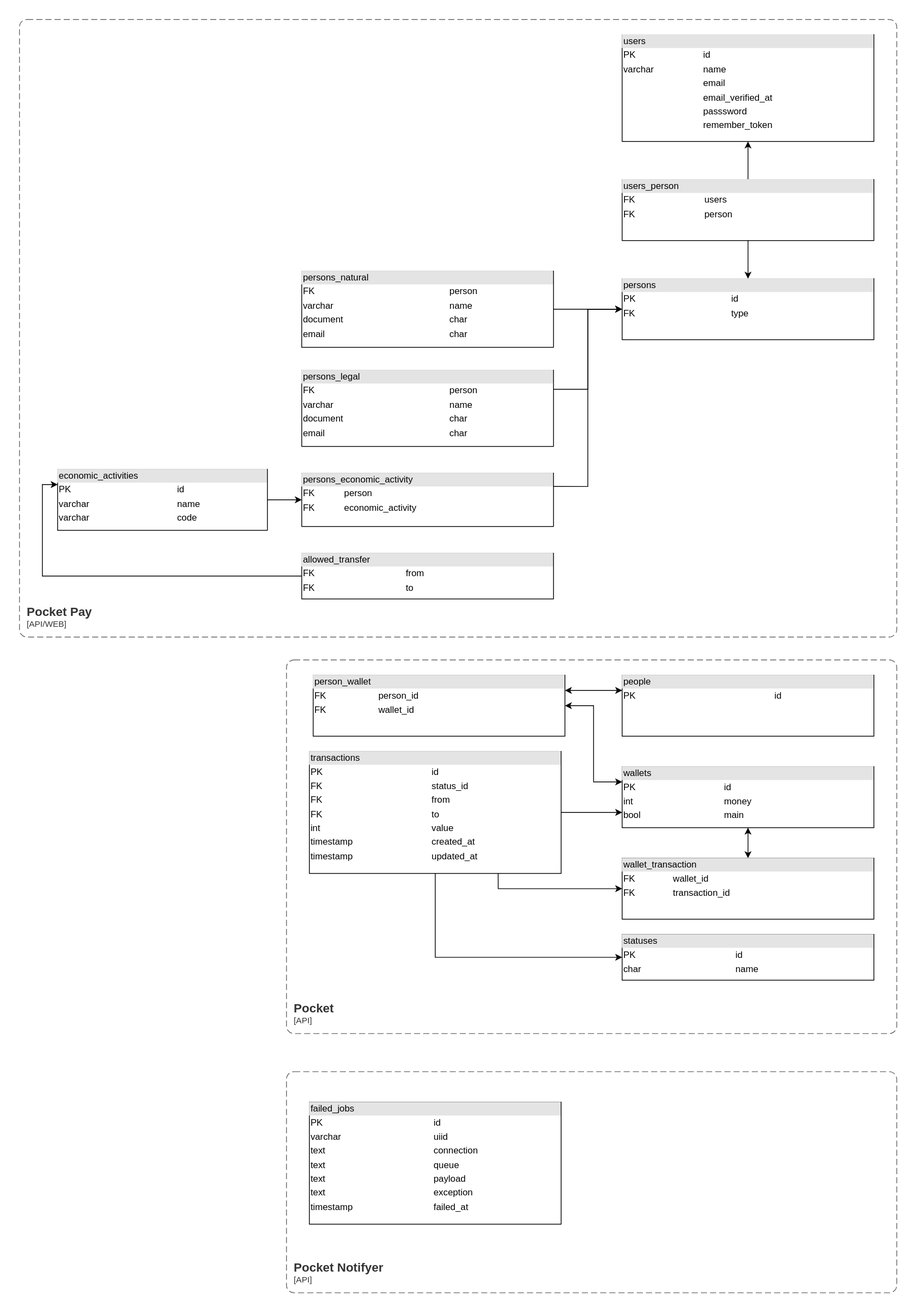
Above: doc/database.svg in vakaman/pocketpay (draw.io), before the change. Source tidied: cells renumbered, new cells last; positions are measured from the earlier drawing's top-left corner, leaving out a move shared by most shapes.
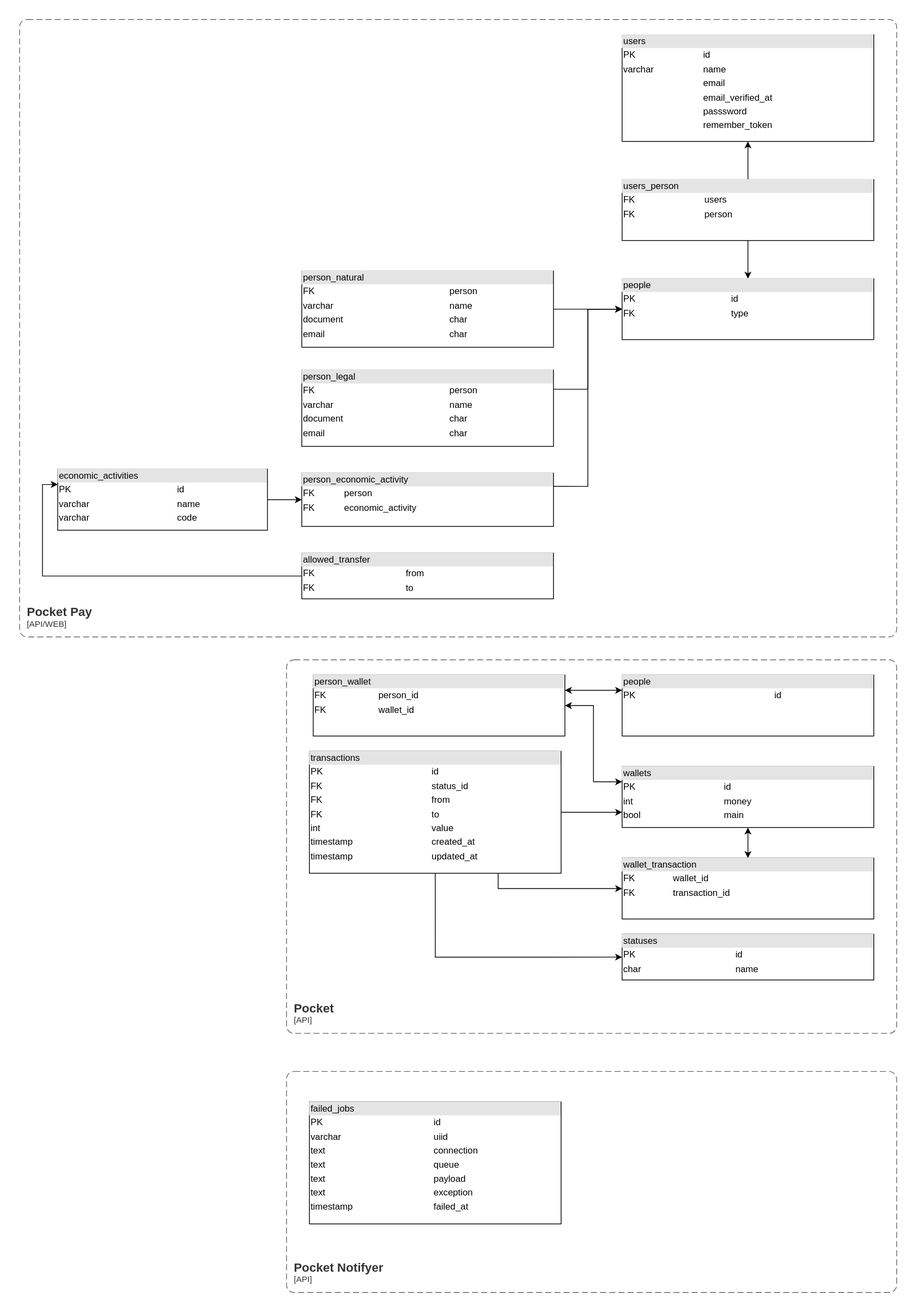
Above is the later version.

Commit message:
refact: update database doc

Change to the diagram source:
```diff
@@ -31,13 +31,13 @@
     <mxCell id="9" value="&lt;div style=&quot;box-sizing:border-box;width:100%;background:#e4e4e4;padding:2px;&quot;&gt;wallets&lt;/div&gt;&lt;table style=&quot;width:100%;font-size:1em;&quot; cellpadding=&quot;2&quot; cellspacing=&quot;0&quot;&gt;&lt;tbody&gt;&lt;tr&gt;&lt;td&gt;PK&lt;/td&gt;&lt;td&gt;id&lt;br&gt;&lt;/td&gt;&lt;/tr&gt;&lt;tr&gt;&lt;td&gt;int&lt;/td&gt;&lt;td&gt;money&lt;/td&gt;&lt;/tr&gt;&lt;tr&gt;&lt;td&gt;bool&lt;/td&gt;&lt;td&gt;main&lt;/td&gt;&lt;/tr&gt;&lt;tr&gt;&lt;td&gt;&lt;br&gt;&lt;/td&gt;&lt;td&gt;&lt;br&gt;&lt;/td&gt;&lt;/tr&gt;&lt;tr&gt;&lt;td&gt;&lt;br&gt;&lt;/td&gt;&lt;td&gt;&lt;br&gt;&lt;/td&gt;&lt;/tr&gt;&lt;tr&gt;&lt;td&gt;&lt;br&gt;&lt;/td&gt;&lt;td&gt;&lt;br&gt;&lt;/td&gt;&lt;/tr&gt;&lt;/tbody&gt;&lt;/table&gt;" style="verticalAlign=top;align=left;overflow=fill;html=1;whiteSpace=wrap;" parent="1" vertex="1">
       <mxGeometry x="790" y="980" width="330" height="80" as="geometry" />
     </mxCell>
-    <mxCell id="10" value="&lt;div style=&quot;box-sizing:border-box;width:100%;background:#e4e4e4;padding:2px;&quot;&gt;persons&lt;/div&gt;&lt;table style=&quot;width:100%;font-size:1em;&quot; cellpadding=&quot;2&quot; cellspacing=&quot;0&quot;&gt;&lt;tbody&gt;&lt;tr&gt;&lt;td&gt;PK&lt;/td&gt;&lt;td&gt;id&lt;br&gt;&lt;/td&gt;&lt;/tr&gt;&lt;tr&gt;&lt;td&gt;FK&lt;/td&gt;&lt;td&gt;type&lt;/td&gt;&lt;/tr&gt;&lt;tr&gt;&lt;td&gt;&lt;br&gt;&lt;/td&gt;&lt;td&gt;&lt;br&gt;&lt;/td&gt;&lt;/tr&gt;&lt;tr&gt;&lt;td&gt;&lt;br&gt;&lt;/td&gt;&lt;td&gt;&lt;br&gt;&lt;/td&gt;&lt;/tr&gt;&lt;tr&gt;&lt;td&gt;&lt;br&gt;&lt;/td&gt;&lt;td&gt;&lt;br&gt;&lt;/td&gt;&lt;/tr&gt;&lt;/tbody&gt;&lt;/table&gt;" style="verticalAlign=top;align=left;overflow=fill;html=1;whiteSpace=wrap;" parent="1" vertex="1">
+    <mxCell id="10" value="&lt;div style=&quot;box-sizing:border-box;width:100%;background:#e4e4e4;padding:2px;&quot;&gt;people&lt;/div&gt;&lt;table style=&quot;width:100%;font-size:1em;&quot; cellpadding=&quot;2&quot; cellspacing=&quot;0&quot;&gt;&lt;tbody&gt;&lt;tr&gt;&lt;td&gt;PK&lt;/td&gt;&lt;td&gt;id&lt;br&gt;&lt;/td&gt;&lt;/tr&gt;&lt;tr&gt;&lt;td&gt;FK&lt;/td&gt;&lt;td&gt;type&lt;/td&gt;&lt;/tr&gt;&lt;tr&gt;&lt;td&gt;&lt;br&gt;&lt;/td&gt;&lt;td&gt;&lt;br&gt;&lt;/td&gt;&lt;/tr&gt;&lt;tr&gt;&lt;td&gt;&lt;br&gt;&lt;/td&gt;&lt;td&gt;&lt;br&gt;&lt;/td&gt;&lt;/tr&gt;&lt;tr&gt;&lt;td&gt;&lt;br&gt;&lt;/td&gt;&lt;td&gt;&lt;br&gt;&lt;/td&gt;&lt;/tr&gt;&lt;/tbody&gt;&lt;/table&gt;" style="verticalAlign=top;align=left;overflow=fill;html=1;whiteSpace=wrap;" parent="1" vertex="1">
       <mxGeometry x="790" y="340" width="330" height="80" as="geometry" />
     </mxCell>
     <mxCell id="11" style="edgeStyle=orthogonalEdgeStyle;rounded=0;jettySize=auto;html=1;" parent="1" edge="1" source="12" target="10">
       <mxGeometry relative="1" as="geometry" />
     </mxCell>
-    <mxCell id="12" value="&lt;div style=&quot;box-sizing:border-box;width:100%;background:#e4e4e4;padding:2px;&quot;&gt;persons_natural&lt;/div&gt;&lt;table style=&quot;width:100%;font-size:1em;&quot; cellpadding=&quot;2&quot; cellspacing=&quot;0&quot;&gt;&lt;tbody&gt;&lt;tr&gt;&lt;td&gt;FK&lt;/td&gt;&lt;td&gt;person&lt;br&gt;&lt;/td&gt;&lt;/tr&gt;&lt;tr&gt;&lt;td&gt;varchar&lt;/td&gt;&lt;td&gt;name&lt;/td&gt;&lt;/tr&gt;&lt;tr&gt;&lt;td&gt;document&lt;/td&gt;&lt;td&gt;char&lt;/td&gt;&lt;/tr&gt;&lt;tr&gt;&lt;td&gt;email&lt;/td&gt;&lt;td&gt;char&lt;/td&gt;&lt;/tr&gt;&lt;tr&gt;&lt;td&gt;&lt;br&gt;&lt;/td&gt;&lt;td&gt;&lt;br&gt;&lt;/td&gt;&lt;/tr&gt;&lt;tr&gt;&lt;td&gt;&lt;br&gt;&lt;/td&gt;&lt;td&gt;&lt;br&gt;&lt;/td&gt;&lt;/tr&gt;&lt;/tbody&gt;&lt;/table&gt;" style="verticalAlign=top;align=left;overflow=fill;html=1;whiteSpace=wrap;" parent="1" vertex="1">
+    <mxCell id="12" value="&lt;div style=&quot;box-sizing:border-box;width:100%;background:#e4e4e4;padding:2px;&quot;&gt;person_natural&lt;/div&gt;&lt;table style=&quot;width:100%;font-size:1em;&quot; cellpadding=&quot;2&quot; cellspacing=&quot;0&quot;&gt;&lt;tbody&gt;&lt;tr&gt;&lt;td&gt;FK&lt;/td&gt;&lt;td&gt;person&lt;br&gt;&lt;/td&gt;&lt;/tr&gt;&lt;tr&gt;&lt;td&gt;varchar&lt;/td&gt;&lt;td&gt;name&lt;/td&gt;&lt;/tr&gt;&lt;tr&gt;&lt;td&gt;document&lt;/td&gt;&lt;td&gt;char&lt;/td&gt;&lt;/tr&gt;&lt;tr&gt;&lt;td&gt;email&lt;/td&gt;&lt;td&gt;char&lt;/td&gt;&lt;/tr&gt;&lt;tr&gt;&lt;td&gt;&lt;br&gt;&lt;/td&gt;&lt;td&gt;&lt;br&gt;&lt;/td&gt;&lt;/tr&gt;&lt;tr&gt;&lt;td&gt;&lt;br&gt;&lt;/td&gt;&lt;td&gt;&lt;br&gt;&lt;/td&gt;&lt;/tr&gt;&lt;/tbody&gt;&lt;/table&gt;" style="verticalAlign=top;align=left;overflow=fill;html=1;whiteSpace=wrap;" parent="1" vertex="1">
       <mxGeometry x="370" y="330" width="330" height="100" as="geometry" />
     </mxCell>
     <mxCell id="13" style="edgeStyle=orthogonalEdgeStyle;rounded=0;jettySize=auto;html=1;entryX=0;entryY=0.5;entryDx=0;entryDy=0;exitX=1;exitY=0.25;exitDx=0;exitDy=0;" parent="1" edge="1" source="17" target="10">
@@ -52,13 +52,13 @@
     <mxCell id="16" value="&lt;div style=&quot;box-sizing:border-box;width:100%;background:#e4e4e4;padding:2px;&quot;&gt;users_person&lt;/div&gt;&lt;table style=&quot;width:100%;font-size:1em;&quot; cellpadding=&quot;2&quot; cellspacing=&quot;0&quot;&gt;&lt;tbody&gt;&lt;tr&gt;&lt;td&gt;FK&lt;/td&gt;&lt;td&gt;users&lt;/td&gt;&lt;/tr&gt;&lt;tr&gt;&lt;td&gt;FK&lt;/td&gt;&lt;td&gt;person&lt;/td&gt;&lt;/tr&gt;&lt;tr&gt;&lt;td&gt;&lt;br&gt;&lt;/td&gt;&lt;td&gt;&lt;br&gt;&lt;/td&gt;&lt;/tr&gt;&lt;tr&gt;&lt;td&gt;&lt;br&gt;&lt;/td&gt;&lt;td&gt;&lt;br&gt;&lt;/td&gt;&lt;/tr&gt;&lt;tr&gt;&lt;td&gt;&lt;br&gt;&lt;/td&gt;&lt;td&gt;&lt;br&gt;&lt;/td&gt;&lt;/tr&gt;&lt;/tbody&gt;&lt;/table&gt;" style="verticalAlign=top;align=left;overflow=fill;html=1;whiteSpace=wrap;" parent="1" vertex="1">
       <mxGeometry x="790" y="210" width="330" height="80" as="geometry" />
     </mxCell>
-    <mxCell id="17" value="&lt;div style=&quot;box-sizing:border-box;width:100%;background:#e4e4e4;padding:2px;&quot;&gt;persons_legal&lt;/div&gt;&lt;table style=&quot;width:100%;font-size:1em;&quot; cellpadding=&quot;2&quot; cellspacing=&quot;0&quot;&gt;&lt;tbody&gt;&lt;tr&gt;&lt;td&gt;FK&lt;/td&gt;&lt;td&gt;person&lt;/td&gt;&lt;/tr&gt;&lt;tr&gt;&lt;td&gt;varchar&lt;/td&gt;&lt;td&gt;name&lt;/td&gt;&lt;/tr&gt;&lt;tr&gt;&lt;td&gt;document&lt;/td&gt;&lt;td&gt;char&lt;/td&gt;&lt;/tr&gt;&lt;tr&gt;&lt;td&gt;email&lt;/td&gt;&lt;td&gt;char&lt;/td&gt;&lt;/tr&gt;&lt;tr&gt;&lt;td&gt;&lt;br&gt;&lt;/td&gt;&lt;td&gt;&lt;br&gt;&lt;/td&gt;&lt;/tr&gt;&lt;tr&gt;&lt;td&gt;&lt;br&gt;&lt;/td&gt;&lt;td&gt;&lt;br&gt;&lt;/td&gt;&lt;/tr&gt;&lt;/tbody&gt;&lt;/table&gt;" style="verticalAlign=top;align=left;overflow=fill;html=1;whiteSpace=wrap;" parent="1" vertex="1">
+    <mxCell id="17" value="&lt;div style=&quot;box-sizing:border-box;width:100%;background:#e4e4e4;padding:2px;&quot;&gt;person_legal&lt;/div&gt;&lt;table style=&quot;width:100%;font-size:1em;&quot; cellpadding=&quot;2&quot; cellspacing=&quot;0&quot;&gt;&lt;tbody&gt;&lt;tr&gt;&lt;td&gt;FK&lt;/td&gt;&lt;td&gt;person&lt;/td&gt;&lt;/tr&gt;&lt;tr&gt;&lt;td&gt;varchar&lt;/td&gt;&lt;td&gt;name&lt;/td&gt;&lt;/tr&gt;&lt;tr&gt;&lt;td&gt;document&lt;/td&gt;&lt;td&gt;char&lt;/td&gt;&lt;/tr&gt;&lt;tr&gt;&lt;td&gt;email&lt;/td&gt;&lt;td&gt;char&lt;/td&gt;&lt;/tr&gt;&lt;tr&gt;&lt;td&gt;&lt;br&gt;&lt;/td&gt;&lt;td&gt;&lt;br&gt;&lt;/td&gt;&lt;/tr&gt;&lt;tr&gt;&lt;td&gt;&lt;br&gt;&lt;/td&gt;&lt;td&gt;&lt;br&gt;&lt;/td&gt;&lt;/tr&gt;&lt;/tbody&gt;&lt;/table&gt;" style="verticalAlign=top;align=left;overflow=fill;html=1;whiteSpace=wrap;" parent="1" vertex="1">
       <mxGeometry x="370" y="460" width="330" height="100" as="geometry" />
     </mxCell>
     <mxCell id="18" style="edgeStyle=orthogonalEdgeStyle;rounded=0;jettySize=auto;html=1;entryX=0;entryY=0.5;entryDx=0;entryDy=0;exitX=1;exitY=0.25;exitDx=0;exitDy=0;" parent="1" edge="1" source="19" target="10">
       <mxGeometry relative="1" as="geometry" />
     </mxCell>
-    <mxCell id="19" value="&lt;div style=&quot;box-sizing:border-box;width:100%;background:#e4e4e4;padding:2px;&quot;&gt;persons_economic_activity&lt;/div&gt;&lt;table style=&quot;width:100%;font-size:1em;&quot; cellpadding=&quot;2&quot; cellspacing=&quot;0&quot;&gt;&lt;tbody&gt;&lt;tr&gt;&lt;td&gt;FK&lt;/td&gt;&lt;td&gt;person&lt;/td&gt;&lt;/tr&gt;&lt;tr&gt;&lt;td&gt;FK&lt;/td&gt;&lt;td&gt;economic_activity&lt;br&gt;&lt;/td&gt;&lt;/tr&gt;&lt;tr&gt;&lt;td&gt;&lt;br&gt;&lt;/td&gt;&lt;td&gt;&lt;br&gt;&lt;/td&gt;&lt;/tr&gt;&lt;tr&gt;&lt;td&gt;&lt;br&gt;&lt;/td&gt;&lt;td&gt;&lt;br&gt;&lt;/td&gt;&lt;/tr&gt;&lt;tr&gt;&lt;td&gt;&lt;br&gt;&lt;/td&gt;&lt;td&gt;&lt;br&gt;&lt;/td&gt;&lt;/tr&gt;&lt;/tbody&gt;&lt;/table&gt;" style="verticalAlign=top;align=left;overflow=fill;html=1;whiteSpace=wrap;" parent="1" vertex="1">
+    <mxCell id="19" value="&lt;div style=&quot;box-sizing:border-box;width:100%;background:#e4e4e4;padding:2px;&quot;&gt;person_economic_activity&lt;/div&gt;&lt;table style=&quot;width:100%;font-size:1em;&quot; cellpadding=&quot;2&quot; cellspacing=&quot;0&quot;&gt;&lt;tbody&gt;&lt;tr&gt;&lt;td&gt;FK&lt;/td&gt;&lt;td&gt;person&lt;/td&gt;&lt;/tr&gt;&lt;tr&gt;&lt;td&gt;FK&lt;/td&gt;&lt;td&gt;economic_activity&lt;br&gt;&lt;/td&gt;&lt;/tr&gt;&lt;tr&gt;&lt;td&gt;&lt;br&gt;&lt;/td&gt;&lt;td&gt;&lt;br&gt;&lt;/td&gt;&lt;/tr&gt;&lt;tr&gt;&lt;td&gt;&lt;br&gt;&lt;/td&gt;&lt;td&gt;&lt;br&gt;&lt;/td&gt;&lt;/tr&gt;&lt;tr&gt;&lt;td&gt;&lt;br&gt;&lt;/td&gt;&lt;td&gt;&lt;br&gt;&lt;/td&gt;&lt;/tr&gt;&lt;/tbody&gt;&lt;/table&gt;" style="verticalAlign=top;align=left;overflow=fill;html=1;whiteSpace=wrap;" parent="1" vertex="1">
       <mxGeometry x="370" y="595" width="330" height="70" as="geometry" />
     </mxCell>
     <mxCell id="20" style="edgeStyle=orthogonalEdgeStyle;rounded=0;jettySize=auto;html=1;" parent="1" edge="1" source="21" target="19">
```
